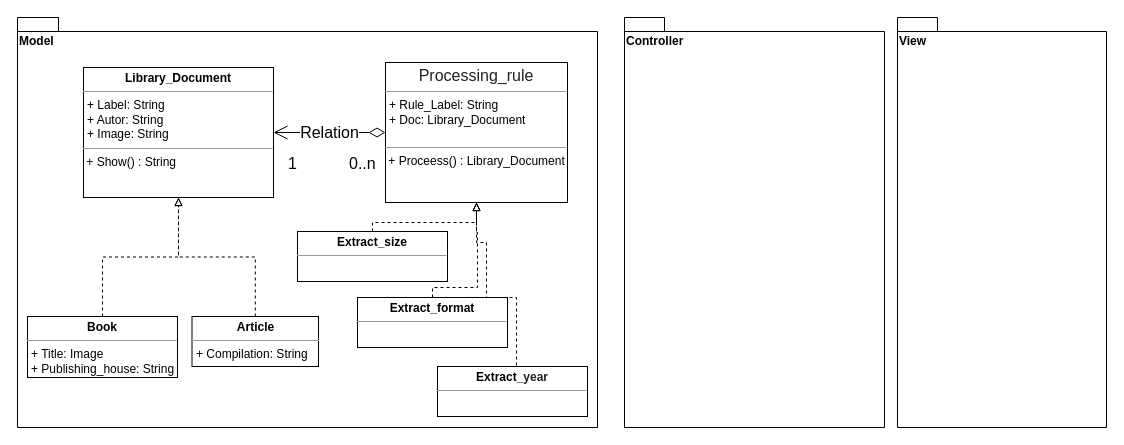
The draw.io diagram page "Classes" (1 of 2) of Documentation/03. UML-диаграммы Классов.drawio in wadim2002/GB_projecting_App, before the edit. Source tidied: cells renumbered, new cells numbered last; positions are measured from the earlier drawing's top-left corner, leaving out a move shared by most shapes. Both pictures are drawn from the tidied source at 100%, with x=0, y=0 at pixel (17, 17).
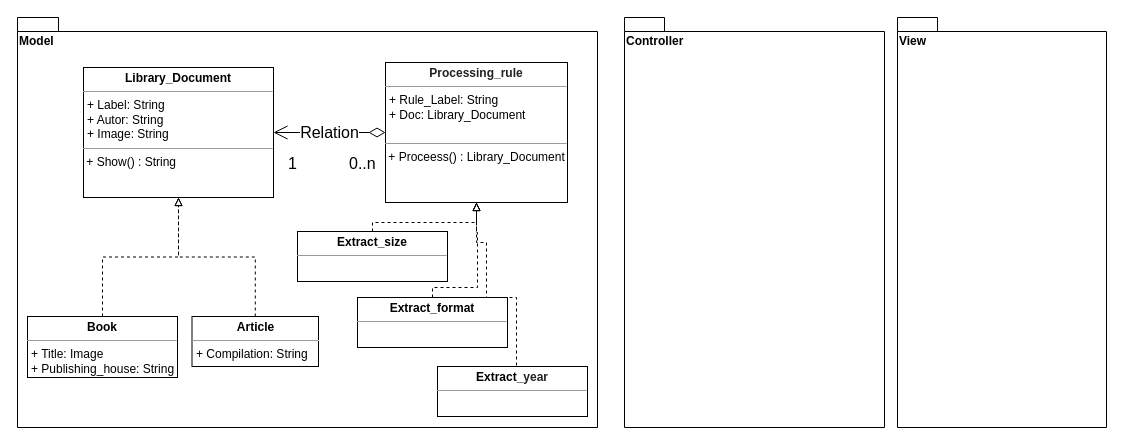
Above is the later version.

Commit message (it also covers changes not shown here):
update Diagram Class

Diff of the diagram source:
```diff
@@
-    <mxCell id="10" value="&lt;p style=&quot;margin:0px;margin-top:4px;text-align:center;&quot;&gt;&lt;span style=&quot;background-color: transparent; color: rgb(32, 33, 36); font-family: inherit; font-size: 16px; caret-color: rgb(32, 33, 36); text-align: left;&quot;&gt;Processing_rule&lt;/span&gt;&lt;/p&gt;&lt;hr size=&quot;1&quot;&gt;&lt;p style=&quot;margin: 0px 0px 0px 4px;&quot;&gt;+ Rule_Label: String&lt;/p&gt;&lt;p style=&quot;margin: 0px 0px 0px 4px;&quot;&gt;+ Doc:&amp;nbsp;Library_Document&lt;/p&gt;&lt;br&gt;&lt;hr size=&quot;1&quot;&gt;&amp;nbsp;+ Proceess() : Library_Document&lt;br&gt;" style="verticalAlign=top;align=left;overflow=fill;fontSize=12;fontFamily=Helvetica;html=1;" parent="1" vertex="1">
+    <mxCell id="10" value="&lt;p style=&quot;margin:0px;margin-top:4px;text-align:center;&quot;&gt;&lt;span style=&quot;background-color: transparent; color: rgb(32, 33, 36); font-family: inherit; caret-color: rgb(32, 33, 36); text-align: left;&quot;&gt;&lt;font style=&quot;font-size: 12px;&quot;&gt;&lt;b&gt;Processing_rule&lt;/b&gt;&lt;/font&gt;&lt;/span&gt;&lt;/p&gt;&lt;hr size=&quot;1&quot;&gt;&lt;p style=&quot;margin: 0px 0px 0px 4px;&quot;&gt;+ Rule_Label: String&lt;/p&gt;&lt;p style=&quot;margin: 0px 0px 0px 4px;&quot;&gt;+ Doc:&amp;nbsp;Library_Document&lt;/p&gt;&lt;br&gt;&lt;hr size=&quot;1&quot;&gt;&amp;nbsp;+ Proceess() : Library_Document" style="verticalAlign=top;align=left;overflow=fill;fontSize=12;fontFamily=Helvetica;html=1;" parent="1" vertex="1">
       <mxGeometry x="368" y="45" width="182" height="140" as="geometry" />
     </mxCell>
```
